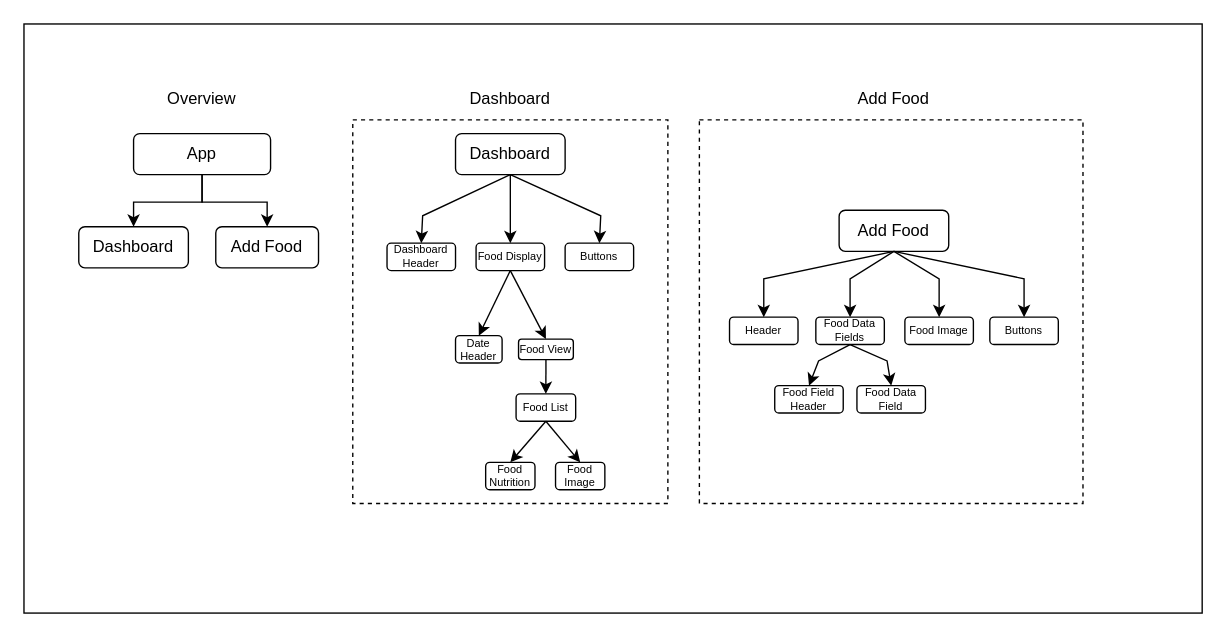
The draw.io diagram Diagrams/v1.0/Component Hierarchy Diagram.drawio in jonechong/calories-cv, before the edit. Source tidied: cells renumbered, new cells numbered last; positions are measured from the earlier drawing's top-left corner, leaving out a move shared by most shapes. Both pictures are drawn from the tidied source at 137%, with x=0, y=0 at pixel (23, 23).
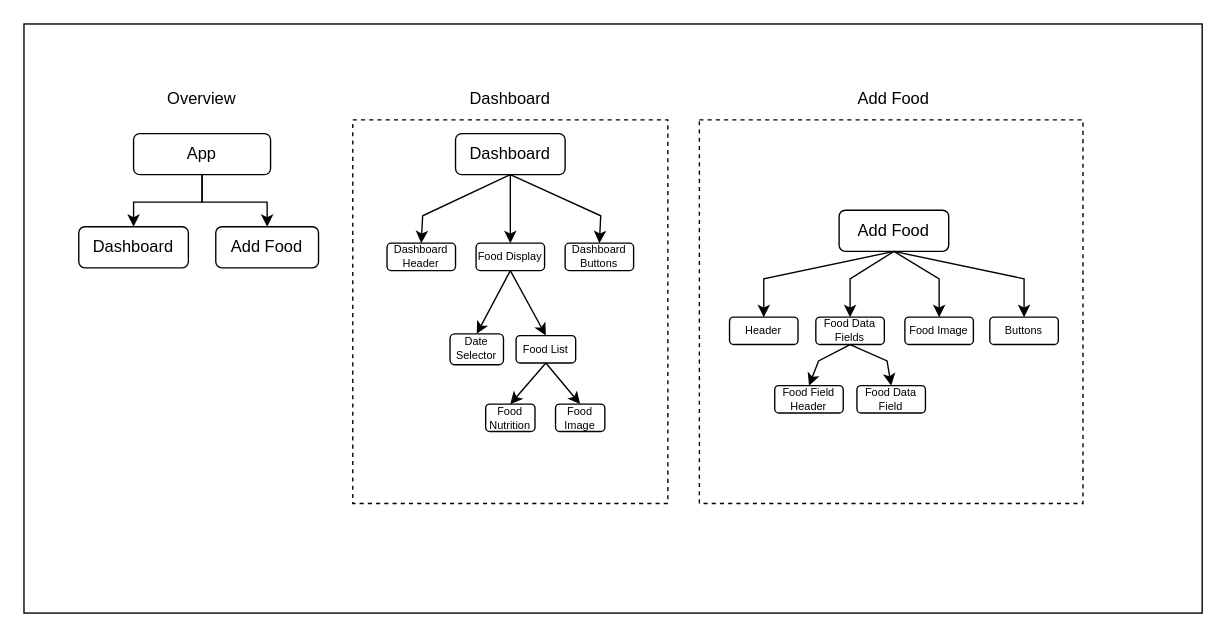
After the change.

Commit message (it also covers changes not shown here):
Updated Component Hierarchy Diagram

The change refers to these unchanged cells:
```xml
<mxCell id="16" value="&lt;font style=&quot;font-size: 8px;&quot;&gt;Food Display&lt;/font&gt;" style="rounded=1;whiteSpace=wrap;html=1;fontSize=8;" parent="1" vertex="1">
  <mxGeometry x="330" y="160" width="50" height="20" as="geometry" />
</mxCell>
```

The edit, as a diff of the source:
```diff
@@
-    <mxCell id="17" value="&lt;font style=&quot;font-size: 8px;&quot;&gt;Buttons&lt;/font&gt;" style="rounded=1;whiteSpace=wrap;html=1;fontSize=8;" parent="1" vertex="1">
+    <mxCell id="17" value="&lt;font style=&quot;font-size: 8px;&quot;&gt;Dashboard Buttons&lt;/font&gt;" style="rounded=1;whiteSpace=wrap;html=1;fontSize=8;" parent="1" vertex="1">
       <mxGeometry x="395" y="160" width="50" height="20" as="geometry" />
     </mxCell>
@@
-    <mxCell id="19" value="&lt;font style=&quot;font-size: 8px;&quot;&gt;Date Header&lt;/font&gt;" style="rounded=1;whiteSpace=wrap;html=1;fontSize=8;" parent="1" vertex="1">
-      <mxGeometry x="315" y="227.5" width="34" height="20" as="geometry" />
+    <mxCell id="19" value="&lt;font style=&quot;font-size: 8px;&quot;&gt;Date Selector&lt;/font&gt;" style="rounded=1;whiteSpace=wrap;html=1;fontSize=8;" parent="1" vertex="1">
+      <mxGeometry x="311" y="226.2" width="39" height="22.5" as="geometry" />
     </mxCell>
-    <mxCell id="20" value="&lt;font style=&quot;font-size: 8px;&quot;&gt;Food View&lt;/font&gt;" style="rounded=1;whiteSpace=wrap;html=1;fontSize=8;" parent="1" vertex="1">
-      <mxGeometry x="361" y="230" width="40" height="15" as="geometry" />
-    </mxCell>
@@
-    <mxCell id="22" style="endArrow=classic;html=1;rounded=0;exitX=0.5;exitY=1;exitDx=0;exitDy=0;entryX=0.5;entryY=0;entryDx=0;entryDy=0;fontSize=8;" parent="1" edge="1" source="16" target="20">
+    <mxCell id="22" style="endArrow=classic;html=1;rounded=0;exitX=0.5;exitY=1;exitDx=0;exitDy=0;entryX=0.5;entryY=0;entryDx=0;entryDy=0;fontSize=8;" parent="1" edge="1" source="16" target="25">
       <mxGeometry relative="1" as="geometry" />
     </mxCell>
@@
     <mxCell id="25" value="&lt;font style=&quot;font-size: 8px;&quot;&gt;Food List&lt;/font&gt;" style="rounded=1;whiteSpace=wrap;html=1;fontSize=8;" parent="1" vertex="1">
-      <mxGeometry x="359.2" y="270" width="43.5" height="20" as="geometry" />
+      <mxGeometry x="359.2" y="227.5" width="43.5" height="20" as="geometry" />
     </mxCell>
-    <mxCell id="26" style="endArrow=classic;html=1;rounded=0;exitX=0.5;exitY=1;exitDx=0;exitDy=0;entryX=0.5;entryY=0;entryDx=0;entryDy=0;fontSize=8;" parent="1" edge="1" source="20" target="25">
-      <mxGeometry relative="1" as="geometry" />
-    </mxCell>
     <mxCell id="27" value="Food Nutrition" style="rounded=1;whiteSpace=wrap;html=1;fontSize=8;spacing=1;" parent="1" vertex="1">
-      <mxGeometry x="337" y="320" width="36" height="20" as="geometry" />
+      <mxGeometry x="337" y="277.5" width="36" height="20" as="geometry" />
     </mxCell>
     <mxCell id="28" value="Food Image" style="rounded=1;whiteSpace=wrap;html=1;fontSize=8;spacing=1;" parent="1" vertex="1">
-      <mxGeometry x="388" y="320" width="36" height="20" as="geometry" />
+      <mxGeometry x="388" y="277.5" width="36" height="20" as="geometry" />
     </mxCell>
```
